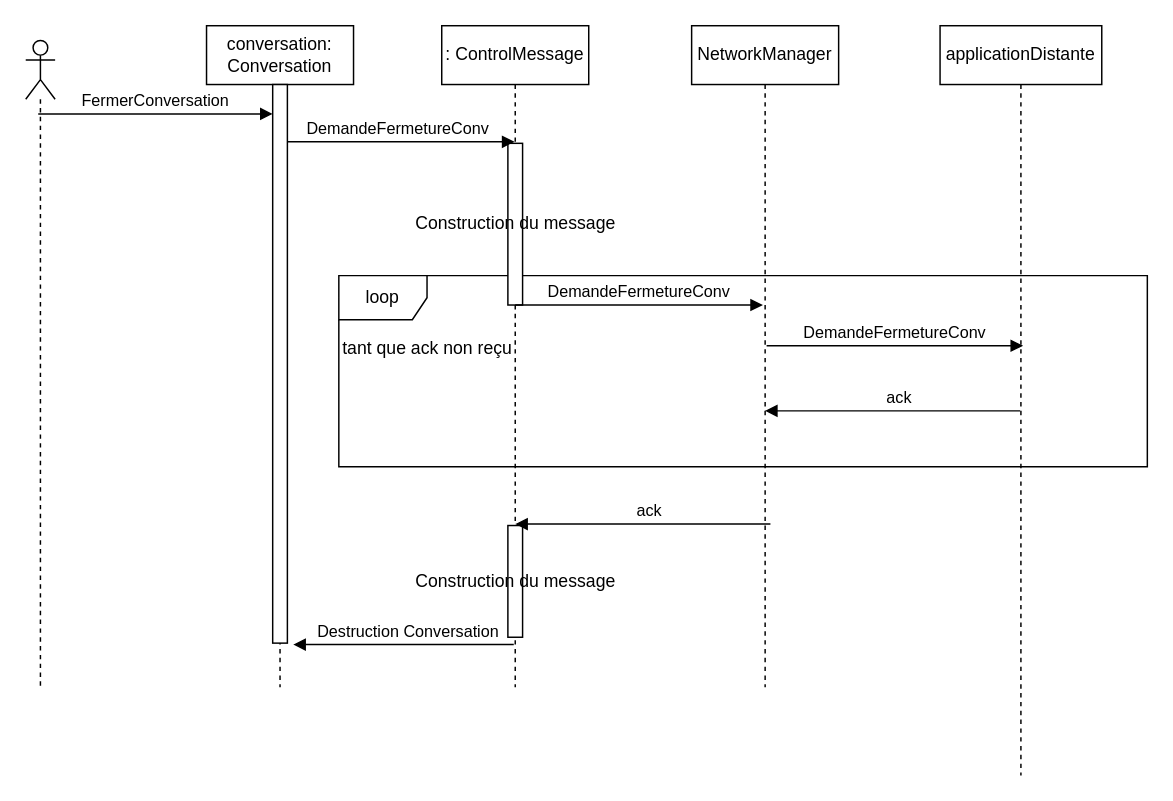
Earlier version of the draw.io diagram Projet/UML/versions modifiables/fermeture_clavardage.drawio (Newglear/UF_projet_java). Source tidied: cells renumbered, new cells numbered last; positions are measured from the earlier drawing's top-left corner, leaving out a move shared by most shapes. Both pictures are drawn from the tidied source at 147%, with x=0, y=0 at pixel (25, 25).
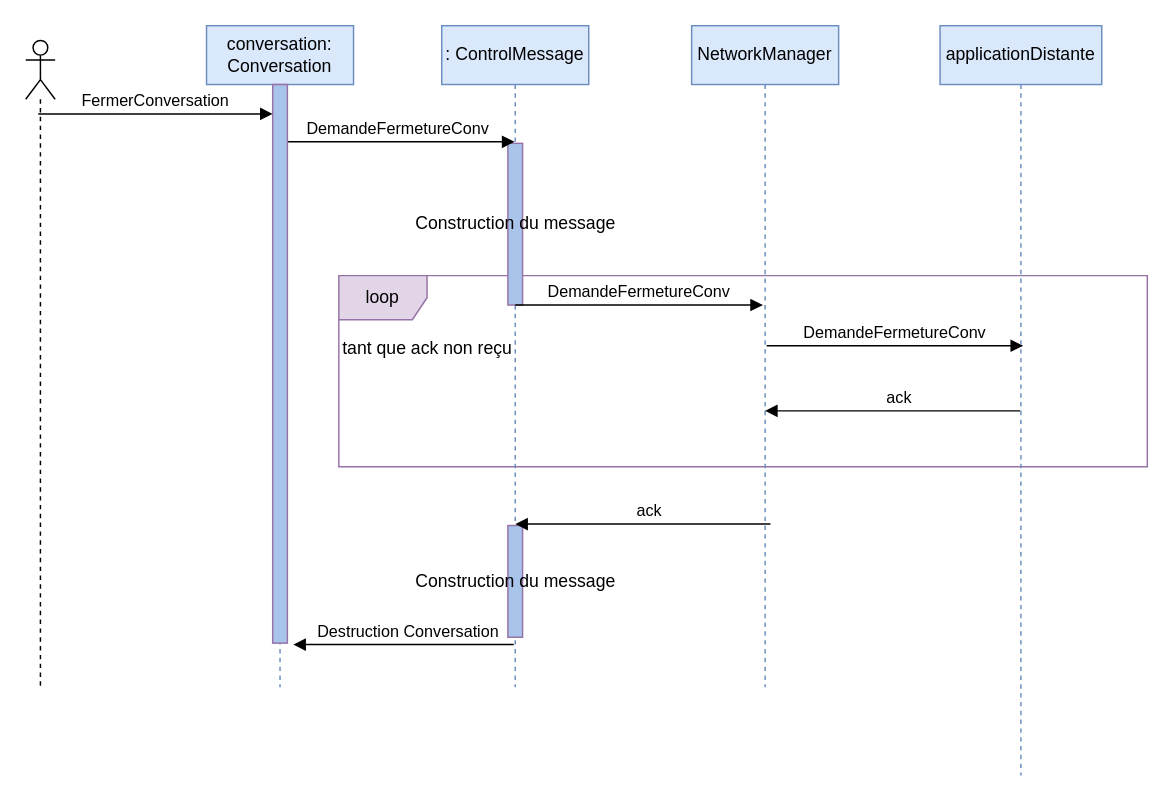
The same diagram, later.

Change to the diagram source:
```diff
@@
-    <mxCell id="2" value="&lt;div&gt;loop&lt;/div&gt;" style="shape=umlFrame;whiteSpace=wrap;html=1;" parent="1" vertex="1">
+    <mxCell id="2" value="&lt;div&gt;loop&lt;/div&gt;" style="shape=umlFrame;whiteSpace=wrap;html=1;fillColor=#e1d5e7;strokeColor=#9673a6;" parent="1" vertex="1">
       <mxGeometry x="213" y="170" width="550" height="130" as="geometry" />
     </mxCell>
@@
-    <mxCell id="4" value="conversation: Conversation" style="shape=umlLifeline;perimeter=lifelinePerimeter;whiteSpace=wrap;html=1;outlineConnect=0;" parent="1" vertex="1">
+    <mxCell id="4" value="conversation: Conversation" style="shape=umlLifeline;perimeter=lifelinePerimeter;whiteSpace=wrap;html=1;outlineConnect=0;fillColor=#dae8fc;strokeColor=#6c8ebf;" parent="1" vertex="1">
       <mxGeometry x="123" width="100" height="450" as="geometry" />
     </mxCell>
-    <mxCell id="5" value=": ControlMessage" style="shape=umlLifeline;perimeter=lifelinePerimeter;whiteSpace=wrap;html=1;outlineConnect=0;" parent="1" vertex="1">
+    <mxCell id="5" value=": ControlMessage" style="shape=umlLifeline;perimeter=lifelinePerimeter;whiteSpace=wrap;html=1;outlineConnect=0;fillColor=#dae8fc;strokeColor=#6c8ebf;" parent="1" vertex="1">
       <mxGeometry x="283" width="100" height="450" as="geometry" />
     </mxCell>
-    <mxCell id="6" value="&lt;div&gt;Construction du message&lt;br&gt;&lt;/div&gt;" style="html=1;perimeter=orthogonalPerimeter;" parent="5" vertex="1">
+    <mxCell id="6" value="&lt;div&gt;Construction du message&lt;br&gt;&lt;/div&gt;" style="html=1;perimeter=orthogonalPerimeter;fillColor=#A9C4EB;strokeColor=#9673a6;" parent="5" vertex="1">
       <mxGeometry x="45" y="80" width="10" height="110" as="geometry" />
     </mxCell>
@@
-    <mxCell id="9" value="&lt;div&gt;Construction du message&lt;br&gt;&lt;/div&gt;" style="html=1;perimeter=orthogonalPerimeter;" parent="5" vertex="1">
+    <mxCell id="9" value="&lt;div&gt;Construction du message&lt;br&gt;&lt;/div&gt;" style="html=1;perimeter=orthogonalPerimeter;fillColor=#A9C4EB;strokeColor=#9673a6;" parent="5" vertex="1">
       <mxGeometry x="45" y="340" width="10" height="76" as="geometry" />
     </mxCell>
@@
-    <mxCell id="11" value="NetworkManager" style="shape=umlLifeline;perimeter=lifelinePerimeter;whiteSpace=wrap;html=1;" parent="1" vertex="1">
+    <mxCell id="11" value="NetworkManager" style="shape=umlLifeline;perimeter=lifelinePerimeter;whiteSpace=wrap;html=1;fillColor=#dae8fc;strokeColor=#6c8ebf;" parent="1" vertex="1">
       <mxGeometry x="453" width="100" height="450" as="geometry" />
     </mxCell>
@@
-    <mxCell id="13" value="applicationDistante" style="shape=umlLifeline;perimeter=lifelinePerimeter;whiteSpace=wrap;html=1;" parent="1" vertex="1">
+    <mxCell id="13" value="applicationDistante" style="shape=umlLifeline;perimeter=lifelinePerimeter;whiteSpace=wrap;html=1;fillColor=#dae8fc;strokeColor=#6c8ebf;" parent="1" vertex="1">
       <mxGeometry x="622" width="110" height="510" as="geometry" />
     </mxCell>
@@
-    <mxCell id="16" style="html=1;points=[];perimeter=orthogonalPerimeter;" parent="1" vertex="1">
+    <mxCell id="16" style="html=1;points=[];perimeter=orthogonalPerimeter;fillColor=#A9C4EB;strokeColor=#9673a6;" parent="1" vertex="1">
       <mxGeometry x="168" y="40" width="10" height="380" as="geometry" />
     </mxCell>
```
